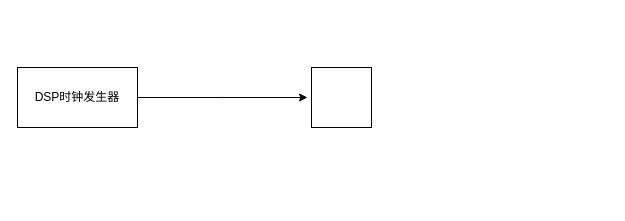
This is 5509a_pll.drawio from wangde99/robot, a draw.io file, before an edit. Source tidied: cells renumbered, new cells numbered last; positions are measured from the earlier drawing's top-left corner, leaving out a move shared by most shapes. Both pictures are drawn from the tidied source at 100%, with x=0, y=0 at pixel (17, 67).
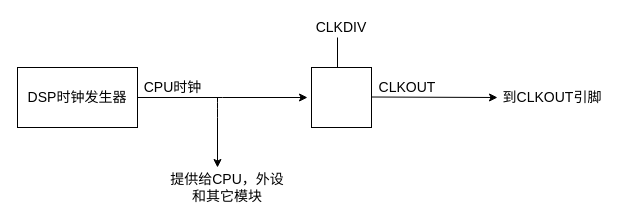
Above is the later version.

The edit, as a diff of the source:
```diff
@@
 <mxGraphModel>
   <root>
     <mxCell id="0" />
     <mxCell id="1" parent="0" />
     <mxCell id="2" style="edgeStyle=orthogonalEdgeStyle;rounded=0;jettySize=auto;html=1;exitX=1;exitY=0.5;exitDx=0;exitDy=0;" parent="1" edge="1" source="3">
       <mxGeometry relative="1" as="geometry">
         <mxPoint x="290" y="30" as="targetPoint" />
       </mxGeometry>
     </mxCell>
-    <mxCell id="3" value="DSP时钟发生器" style="rounded=0;whiteSpace=wrap;html=1;" parent="1" vertex="1">
+    <mxCell id="3" value="&lt;font style=&quot;font-size: 14px&quot;&gt;DSP时钟发生器&lt;/font&gt;" style="rounded=0;whiteSpace=wrap;html=1;" parent="1" vertex="1">
       <mxGeometry width="120" height="60" as="geometry" />
     </mxCell>
     <mxCell id="4" style="whiteSpace=wrap;html=1;" parent="1" vertex="1">
       <mxGeometry x="294" width="60" height="60" as="geometry" />
     </mxCell>
+    <mxCell id="5" value="&lt;font style=&quot;font-size: 14px&quot;&gt;CPU时钟&lt;/font&gt;" style="text;html=1;align=center;verticalAlign=middle;" parent="1" vertex="1">
+      <mxGeometry x="120" y="10" width="70" height="20" as="geometry" />
+    </mxCell>
+    <mxCell id="6" style="endArrow=classic;html=1;" parent="1" edge="1">
+      <mxGeometry relative="1" as="geometry">
+        <mxPoint x="354" y="29.5" as="sourcePoint" />
+        <mxPoint x="480" y="30" as="targetPoint" />
+      </mxGeometry>
+    </mxCell>
+    <mxCell id="7" value="&lt;span style=&quot;font-size: 14px&quot;&gt;CLKOUT&lt;/span&gt;" style="text;html=1;strokeColor=none;fillColor=none;align=center;verticalAlign=middle;whiteSpace=wrap;rounded=0;" parent="1" vertex="1">
+      <mxGeometry x="370" y="10" width="40" height="20" as="geometry" />
+    </mxCell>
+    <mxCell id="8" value="&lt;font style=&quot;font-size: 14px&quot;&gt;到CLKOUT引脚&lt;/font&gt;" style="text;html=1;strokeColor=none;fillColor=none;align=center;verticalAlign=middle;whiteSpace=wrap;rounded=0;" parent="1" vertex="1">
+      <mxGeometry x="480" y="20" width="110" height="20" as="geometry" />
+    </mxCell>
+    <mxCell id="9" style="endArrow=classic;html=1;" parent="1" edge="1">
+      <mxGeometry relative="1" as="geometry">
+        <mxPoint x="200" y="30" as="sourcePoint" />
+        <mxPoint x="200" y="100" as="targetPoint" />
+        <Array as="points">
+          <mxPoint x="200" y="40" />
+        </Array>
+      </mxGeometry>
+    </mxCell>
+    <mxCell id="10" value="&lt;font style=&quot;font-size: 14px&quot;&gt;提供给CPU，外设和其它模块&lt;/font&gt;" style="text;html=1;strokeColor=none;fillColor=none;align=center;verticalAlign=middle;whiteSpace=wrap;rounded=0;" parent="1" vertex="1">
+      <mxGeometry x="150" y="110" width="120" height="20" as="geometry" />
+    </mxCell>
+    <mxCell id="11" style="endArrow=none;html=1;" parent="1" edge="1">
+      <mxGeometry relative="1" as="geometry">
+        <mxPoint x="320" as="sourcePoint" />
+        <mxPoint x="320" y="-30" as="targetPoint" />
+      </mxGeometry>
+    </mxCell>
+    <mxCell id="12" value="&lt;font style=&quot;font-size: 14px&quot;&gt;CLKDIV&lt;/font&gt;" style="text;html=1;strokeColor=none;fillColor=none;align=center;verticalAlign=middle;whiteSpace=wrap;rounded=0;" parent="1" vertex="1">
+      <mxGeometry x="304" y="-50" width="40" height="20" as="geometry" />
+    </mxCell>
   </root>
 </mxGraphModel>
```
